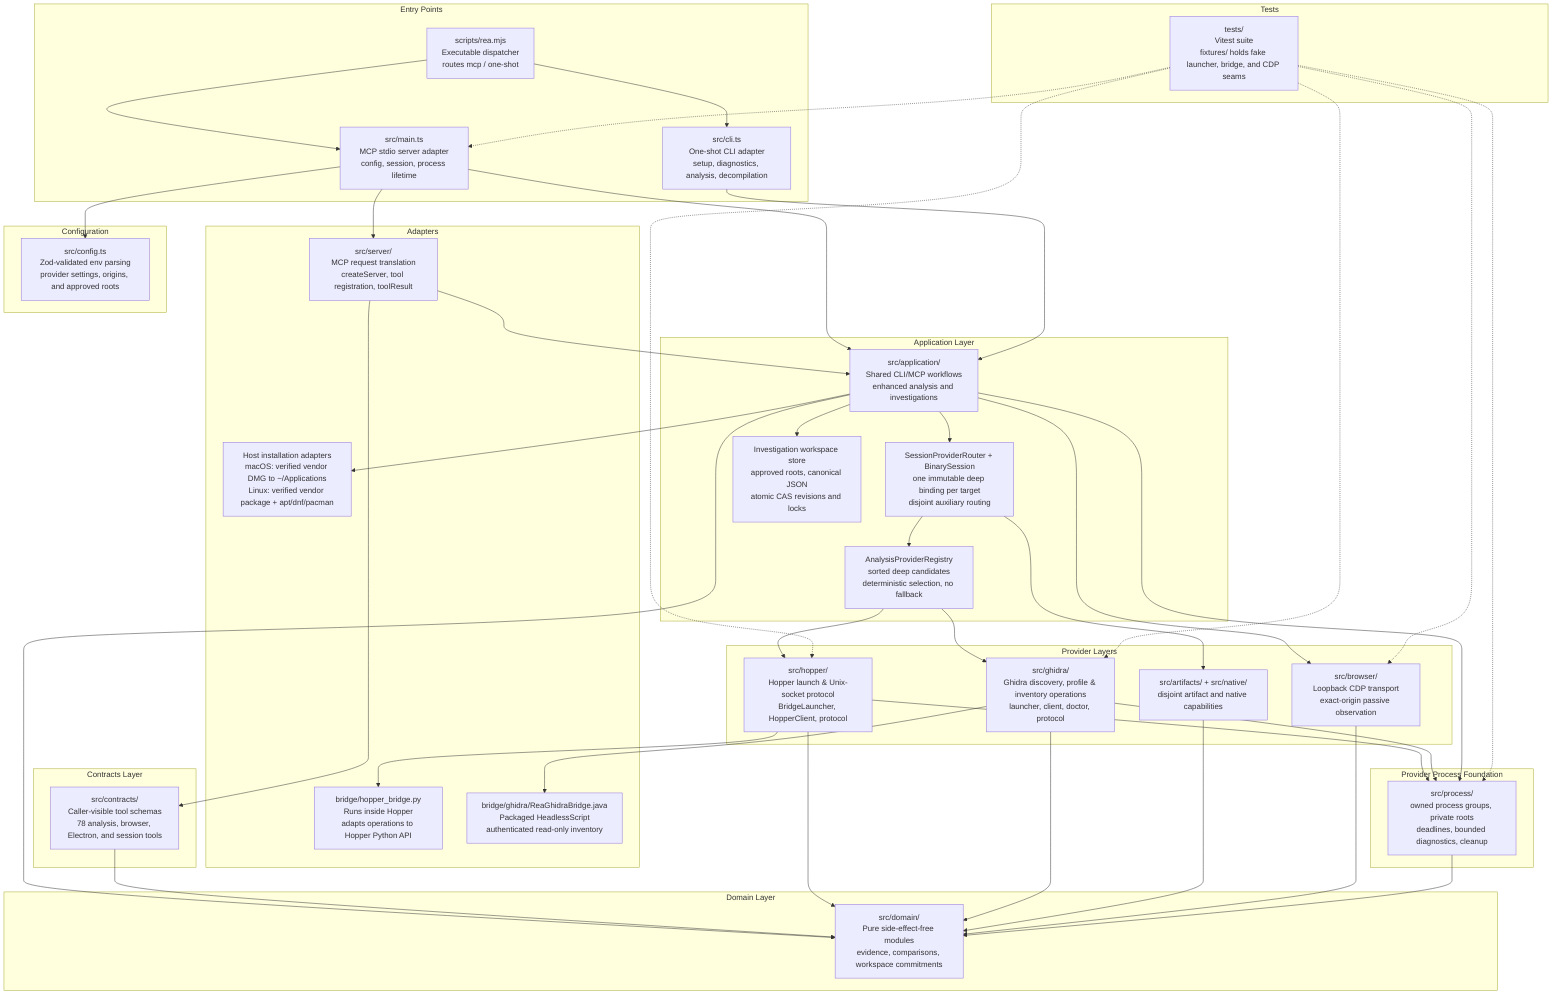
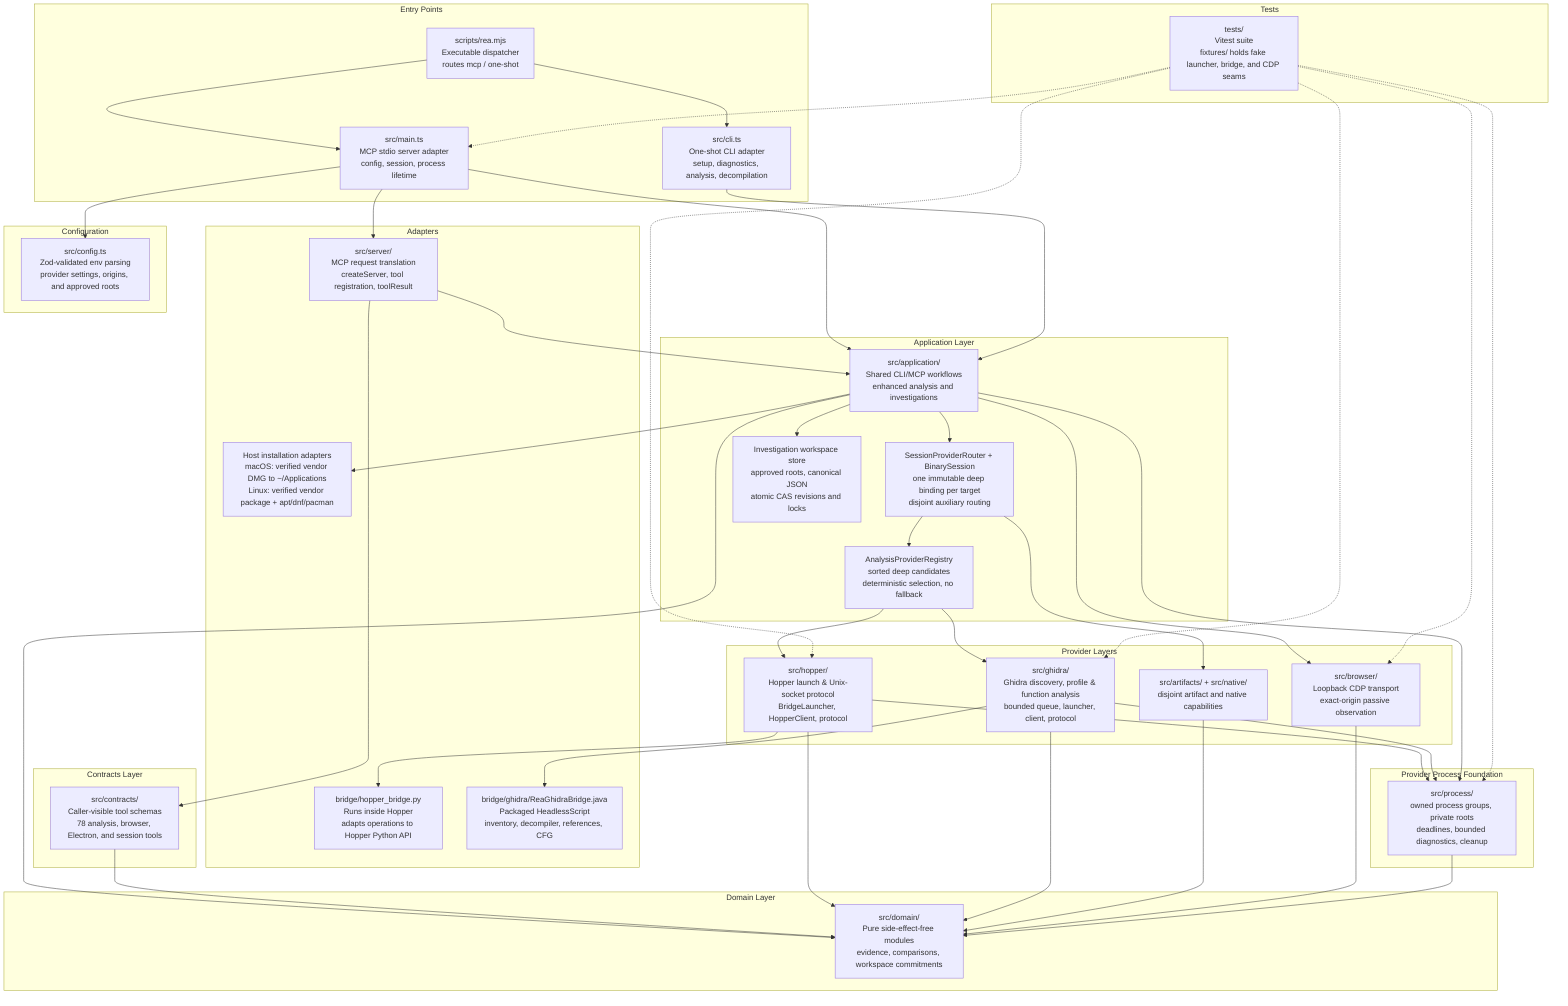
graph TD
    subgraph "Entry Points"
        CLI["src/cli.ts<br/>One-shot CLI adapter<br/>setup, diagnostics, analysis, decompilation"]
        MAIN["src/main.ts<br/>MCP stdio server adapter<br/>config, session, process lifetime"]
        DISPATCH["scripts/rea.mjs<br/>Executable dispatcher<br/>routes mcp / one-shot"]
    end

    subgraph "Adapters"
        SERVER["src/server/<br/>MCP request translation<br/>createServer, tool registration, toolResult"]
        HOPPER_BRIDGE["bridge/hopper_bridge.py<br/>Runs inside Hopper<br/>adapts operations to Hopper Python API"]
-         GHIDRA_BRIDGE["bridge/ghidra/ReaGhidraBridge.java<br/>Packaged HeadlessScript<br/>authenticated read-only inventory"]
+         GHIDRA_BRIDGE["bridge/ghidra/ReaGhidraBridge.java<br/>Packaged HeadlessScript<br/>inventory, decompiler, references, CFG"]
        INSTALL["Host installation adapters<br/>macOS: verified vendor DMG to ~/Applications<br/>Linux: verified vendor package + apt/dnf/pacman"]
    end

    subgraph "Application Layer"
        APP["src/application/<br/>Shared CLI/MCP workflows<br/>enhanced analysis and investigations"]
        SESSION["SessionProviderRouter + BinarySession<br/>one immutable deep binding per target<br/>disjoint auxiliary routing"]
        REGISTRY["AnalysisProviderRegistry<br/>sorted deep candidates<br/>deterministic selection, no fallback"]
        WORKSPACE["Investigation workspace store<br/>approved roots, canonical JSON<br/>atomic CAS revisions and locks"]
    end

    subgraph "Provider Layers"
        HOPPER["src/hopper/<br/>Hopper launch & Unix-socket protocol<br/>BridgeLauncher, HopperClient, protocol"]
-         GHIDRA["src/ghidra/<br/>Ghidra discovery, profile & inventory operations<br/>launcher, client, doctor, protocol"]
+         GHIDRA["src/ghidra/<br/>Ghidra discovery, profile & function analysis<br/>bounded queue, launcher, client, protocol"]
        AUX["src/artifacts/ + src/native/<br/>disjoint artifact and native capabilities"]
        BROWSER["src/browser/<br/>Loopback CDP transport<br/>exact-origin passive observation"]
    end

    subgraph "Provider Process Foundation"
        PROCESS["src/process/<br/>owned process groups, private roots<br/>deadlines, bounded diagnostics, cleanup"]
    end

    subgraph "Contracts Layer"
        CONTRACTS["src/contracts/<br/>Caller-visible tool schemas<br/>78 analysis, browser, Electron, and session tools"]
    end

    subgraph "Domain Layer"
        DOMAIN["src/domain/<br/>Pure side-effect-free modules<br/>evidence, comparisons, workspace commitments"]
    end

    subgraph "Configuration"
        CONFIG["src/config.ts<br/>Zod-validated env parsing<br/>provider settings, origins, and approved roots"]
    end

    subgraph "Tests"
        TESTS["tests/<br/>Vitest suite<br/>fixtures/ holds fake launcher, bridge, and CDP seams"]
    end

    DISPATCH --> CLI
    DISPATCH --> MAIN
    MAIN --> CONFIG
    MAIN --> SERVER
    MAIN --> APP
    CLI --> APP
    APP --> SESSION
    SESSION --> REGISTRY
    REGISTRY --> HOPPER
    REGISTRY --> GHIDRA
    SESSION --> AUX
    APP --> WORKSPACE
    APP --> INSTALL
    SERVER --> CONTRACTS
    SERVER --> APP
    APP --> BROWSER
    HOPPER --> HOPPER_BRIDGE
    GHIDRA --> GHIDRA_BRIDGE
    HOPPER --> PROCESS
    GHIDRA --> PROCESS
    APP --> PROCESS
    APP --> DOMAIN
    CONTRACTS --> DOMAIN
    HOPPER --> DOMAIN
    GHIDRA --> DOMAIN
    AUX --> DOMAIN
    BROWSER --> DOMAIN
    PROCESS --> DOMAIN
    TESTS -.-> MAIN
    TESTS -.-> HOPPER
    TESTS -.-> GHIDRA
    TESTS -.-> PROCESS
    TESTS -.-> BROWSER
